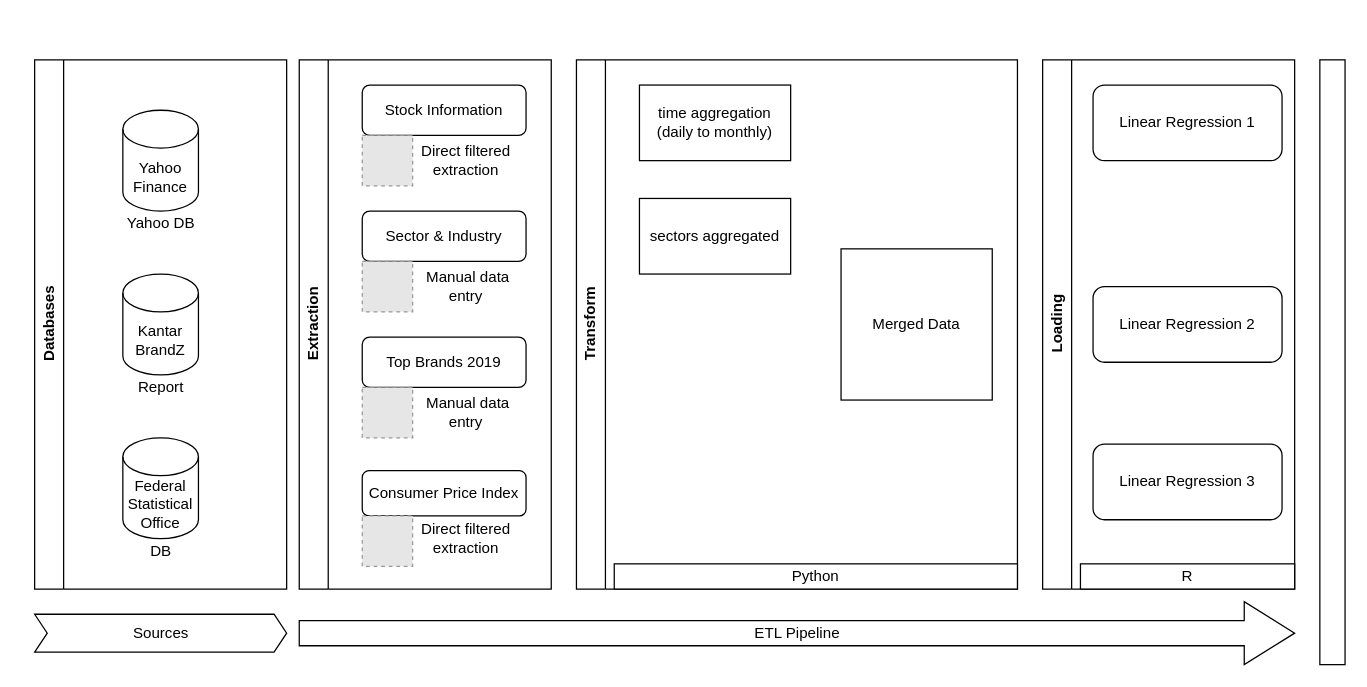
The draw.io diagram Untitled Diagram.drawio in johannaschulz/EconometricAnalysis-BrandCrisisModeration-DAX30, before the edit. Source tidied: cells renumbered, new cells numbered last; positions are measured from the earlier drawing's top-left corner, leaving out a move shared by most shapes. Both pictures are drawn from the tidied source at 126%, with x=0, y=0 at pixel (34, 59). Pictures stored in the file or linked from it are replaced by grey dashed boxes.
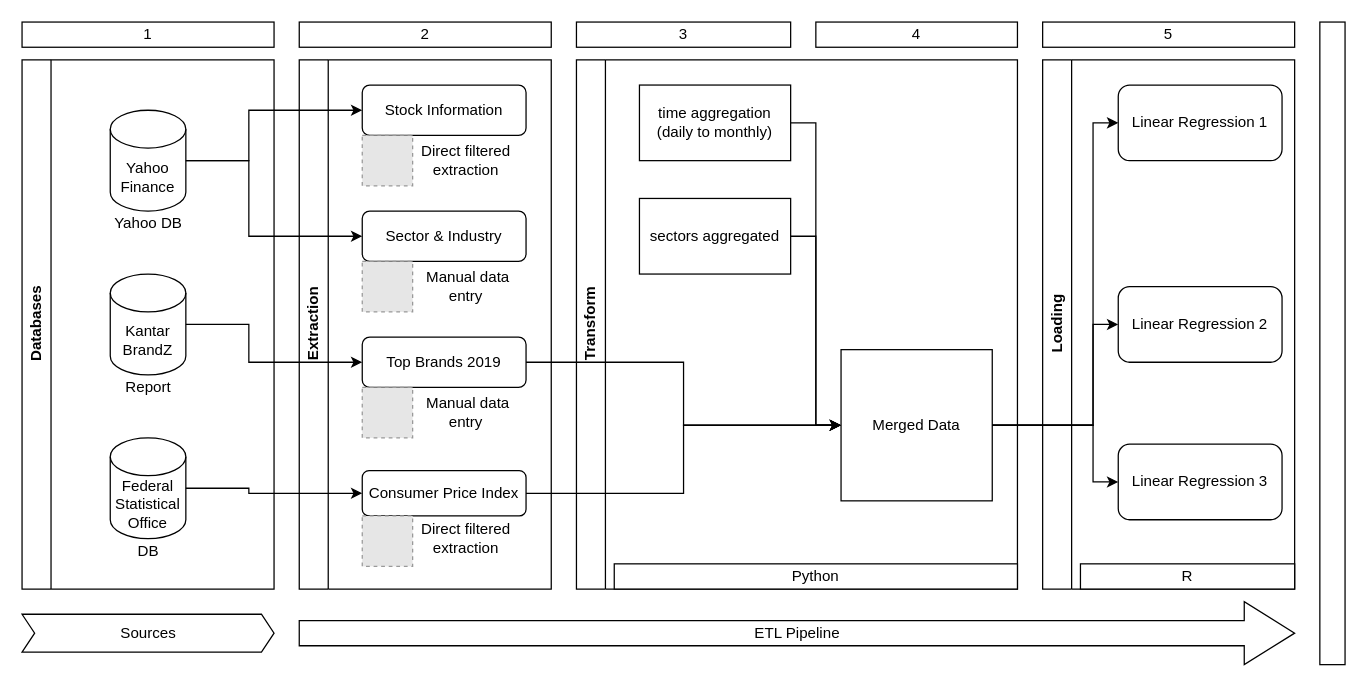
After the change.

Unchanged cells that the change refers to:
```xml
<mxCell id="3" value="Yahoo Finance" style="shape=cylinder3;whiteSpace=wrap;html=1;boundedLbl=1;backgroundOutline=1;size=15;" parent="2" vertex="1">
  <mxGeometry x="70" y="40" width="60" height="80" as="geometry" />
</mxCell>
<mxCell id="4" value="Kantar BrandZ" style="shape=cylinder3;whiteSpace=wrap;html=1;boundedLbl=1;backgroundOutline=1;size=15;" parent="2" vertex="1">
  <mxGeometry x="70" y="170" width="60" height="80" as="geometry" />
</mxCell>
<mxCell id="5" value="Federal Statistical Office" style="shape=cylinder3;whiteSpace=wrap;html=1;boundedLbl=1;backgroundOutline=1;size=15;" parent="2" vertex="1">
  <mxGeometry x="70" y="300" width="60" height="80" as="geometry" />
</mxCell>
<mxCell id="10" value="Stock Information" style="rounded=1;whiteSpace=wrap;html=1;" parent="9" vertex="1">
  <mxGeometry x="50" y="20" width="130" height="40" as="geometry" />
</mxCell>
<mxCell id="11" value="Sector &amp;amp; Industry" style="rounded=1;whiteSpace=wrap;html=1;" parent="9" vertex="1">
  <mxGeometry x="50" y="120" width="130" height="40" as="geometry" />
</mxCell>
<mxCell id="12" value="Top Brands 2019" style="rounded=1;whiteSpace=wrap;html=1;" parent="9" vertex="1">
  <mxGeometry x="50" y="220" width="130" height="40" as="geometry" />
</mxCell>
<mxCell id="13" value="Consumer Price Index" style="rounded=1;whiteSpace=wrap;html=1;" parent="9" vertex="1">
  <mxGeometry x="50" y="326" width="130" height="36" as="geometry" />
</mxCell>
<mxCell id="22" value="Transform" style="swimlane;horizontal=0;whiteSpace=wrap;html=1;" parent="1" vertex="1">
  <mxGeometry x="430" width="350" height="420" as="geometry" />
</mxCell>
<mxCell id="23" value="time aggregation (daily to monthly)" style="rounded=0;whiteSpace=wrap;html=1;" parent="22" vertex="1">
  <mxGeometry x="50" y="20" width="120" height="60" as="geometry" />
</mxCell>
<mxCell id="24" value="sectors aggregated" style="rounded=0;whiteSpace=wrap;html=1;" parent="22" vertex="1">
  <mxGeometry x="50" y="110" width="120" height="60" as="geometry" />
</mxCell>
<mxCell id="27" value="Loading" style="swimlane;horizontal=0;whiteSpace=wrap;html=1;" parent="1" vertex="1">
  <mxGeometry x="800" width="200" height="420" as="geometry" />
</mxCell>
```

The edit, as a diff of the source:
```diff
@@
     <mxCell id="2" value="Databases" style="swimlane;horizontal=0;whiteSpace=wrap;html=1;" parent="1" vertex="1">
-      <mxGeometry width="200" height="420" as="geometry" />
+      <mxGeometry x="-10" width="200" height="420" as="geometry" />
     </mxCell>
@@
+    <mxCell id="35" style="edgeStyle=orthogonalEdgeStyle;rounded=0;jettySize=auto;html=1;exitX=1;exitY=0.5;exitDx=0;exitDy=0;entryX=0;entryY=0.5;entryDx=0;entryDy=0;" parent="22" edge="1" source="23" target="25">
+      <mxGeometry relative="1" as="geometry">
+        <Array as="points">
+          <mxPoint x="190" y="50" />
+          <mxPoint x="190" y="290" />
+        </Array>
+      </mxGeometry>
+    </mxCell>
@@
+    <mxCell id="36" style="edgeStyle=orthogonalEdgeStyle;rounded=0;jettySize=auto;html=1;exitX=1;exitY=0.5;exitDx=0;exitDy=0;entryX=0;entryY=0.5;entryDx=0;entryDy=0;" parent="22" edge="1" source="24" target="25">
+      <mxGeometry relative="1" as="geometry" />
+    </mxCell>
@@
     <mxCell id="25" value="Merged Data" style="rounded=0;whiteSpace=wrap;html=1;" parent="22" vertex="1">
-      <mxGeometry x="210" y="150" width="120" height="120" as="geometry" />
+      <mxGeometry x="210" y="230" width="120" height="120" as="geometry" />
     </mxCell>
@@
     <mxCell id="29" value="Linear Regression 1" style="rounded=1;whiteSpace=wrap;html=1;" parent="27" vertex="1">
-      <mxGeometry x="40" y="20" width="150" height="60" as="geometry" />
+      <mxGeometry x="60" y="20" width="130" height="60" as="geometry" />
     </mxCell>
     <mxCell id="30" value="Linear Regression 2" style="rounded=1;whiteSpace=wrap;html=1;" parent="27" vertex="1">
-      <mxGeometry x="40" y="180" width="150" height="60" as="geometry" />
+      <mxGeometry x="60" y="180" width="130" height="60" as="geometry" />
     </mxCell>
     <mxCell id="31" value="Linear Regression 3" style="rounded=1;whiteSpace=wrap;html=1;" parent="27" vertex="1">
-      <mxGeometry x="40" y="305" width="150" height="60" as="geometry" />
+      <mxGeometry x="60" y="305" width="130" height="60" as="geometry" />
     </mxCell>
@@
     <mxCell id="33" value="Sources" style="html=1;shadow=0;dashed=0;align=center;verticalAlign=middle;shape=mxgraph.arrows2.arrow;dy=0;dx=10;notch=10;" parent="1" vertex="1">
-      <mxGeometry y="440" width="200" height="30" as="geometry" />
+      <mxGeometry x="-10" y="440" width="200" height="30" as="geometry" />
     </mxCell>
     <mxCell id="34" style="rounded=0;whiteSpace=wrap;html=1;" parent="1" vertex="1">
-      <mxGeometry x="1020" width="20" height="480" as="geometry" />
+      <mxGeometry x="1020" y="-30" width="20" height="510" as="geometry" />
     </mxCell>
+    <mxCell id="37" value="1" style="rounded=0;whiteSpace=wrap;html=1;" parent="1" vertex="1">
+      <mxGeometry x="-10" y="-30" width="200" height="20" as="geometry" />
+    </mxCell>
+    <mxCell id="38" value="2" style="rounded=0;whiteSpace=wrap;html=1;" parent="1" vertex="1">
+      <mxGeometry x="210" y="-30" width="200" height="20" as="geometry" />
+    </mxCell>
+    <mxCell id="39" value="3" style="rounded=0;whiteSpace=wrap;html=1;" parent="1" vertex="1">
+      <mxGeometry x="430" y="-30" width="170" height="20" as="geometry" />
+    </mxCell>
+    <mxCell id="40" value="5" style="rounded=0;whiteSpace=wrap;html=1;" parent="1" vertex="1">
+      <mxGeometry x="800" y="-30" width="200" height="20" as="geometry" />
+    </mxCell>
+    <mxCell id="41" value="4" style="rounded=0;whiteSpace=wrap;html=1;" parent="1" vertex="1">
+      <mxGeometry x="620" y="-30" width="160" height="20" as="geometry" />
+    </mxCell>
+    <mxCell id="42" style="edgeStyle=orthogonalEdgeStyle;rounded=0;jettySize=auto;html=1;exitX=1;exitY=0.5;exitDx=0;exitDy=0;exitPerimeter=0;entryX=0;entryY=0.5;entryDx=0;entryDy=0;" parent="1" edge="1" source="3" target="10">
+      <mxGeometry relative="1" as="geometry">
+        <Array as="points">
+          <mxPoint x="170" y="80" />
+          <mxPoint x="170" y="40" />
+        </Array>
+      </mxGeometry>
+    </mxCell>
+    <mxCell id="43" style="edgeStyle=orthogonalEdgeStyle;rounded=0;jettySize=auto;html=1;exitX=1;exitY=0.5;exitDx=0;exitDy=0;exitPerimeter=0;entryX=0;entryY=0.5;entryDx=0;entryDy=0;" parent="1" edge="1" source="3" target="11">
+      <mxGeometry relative="1" as="geometry">
+        <Array as="points">
+          <mxPoint x="170" y="80" />
+          <mxPoint x="170" y="140" />
+        </Array>
+      </mxGeometry>
+    </mxCell>
+    <mxCell id="44" style="edgeStyle=orthogonalEdgeStyle;rounded=0;jettySize=auto;html=1;exitX=1;exitY=0.5;exitDx=0;exitDy=0;exitPerimeter=0;entryX=0;entryY=0.5;entryDx=0;entryDy=0;" parent="1" edge="1" source="4" target="12">
+      <mxGeometry relative="1" as="geometry">
+        <Array as="points">
+          <mxPoint x="170" y="210" />
+          <mxPoint x="170" y="240" />
+        </Array>
+      </mxGeometry>
+    </mxCell>
+    <mxCell id="45" style="edgeStyle=orthogonalEdgeStyle;rounded=0;jettySize=auto;html=1;exitX=1;exitY=0.5;exitDx=0;exitDy=0;exitPerimeter=0;entryX=0;entryY=0.5;entryDx=0;entryDy=0;" parent="1" edge="1" source="5" target="13">
+      <mxGeometry relative="1" as="geometry">
+        <Array as="points">
+          <mxPoint x="170" y="340" />
+          <mxPoint x="170" y="344" />
+        </Array>
+      </mxGeometry>
+    </mxCell>
+    <mxCell id="46" style="edgeStyle=orthogonalEdgeStyle;rounded=0;jettySize=auto;html=1;exitX=1;exitY=0.5;exitDx=0;exitDy=0;" parent="1" edge="1" source="12" target="25">
+      <mxGeometry relative="1" as="geometry" />
+    </mxCell>
+    <mxCell id="47" style="edgeStyle=orthogonalEdgeStyle;rounded=0;jettySize=auto;html=1;exitX=1;exitY=0.5;exitDx=0;exitDy=0;entryX=0;entryY=0.5;entryDx=0;entryDy=0;" parent="1" edge="1" source="13" target="25">
+      <mxGeometry relative="1" as="geometry" />
+    </mxCell>
+    <mxCell id="48" style="edgeStyle=orthogonalEdgeStyle;rounded=0;jettySize=auto;html=1;exitX=1;exitY=0.5;exitDx=0;exitDy=0;entryX=0;entryY=0.5;entryDx=0;entryDy=0;" parent="1" edge="1" source="25" target="29">
+      <mxGeometry relative="1" as="geometry">
+        <Array as="points">
+          <mxPoint x="840" y="290" />
+          <mxPoint x="840" y="50" />
+        </Array>
+      </mxGeometry>
+    </mxCell>
+    <mxCell id="49" style="edgeStyle=orthogonalEdgeStyle;rounded=0;jettySize=auto;html=1;exitX=1;exitY=0.5;exitDx=0;exitDy=0;entryX=0;entryY=0.5;entryDx=0;entryDy=0;" parent="1" edge="1" source="25" target="31">
+      <mxGeometry relative="1" as="geometry">
+        <Array as="points">
+          <mxPoint x="840" y="290" />
+          <mxPoint x="840" y="335" />
+        </Array>
+      </mxGeometry>
+    </mxCell>
+    <mxCell id="50" style="edgeStyle=orthogonalEdgeStyle;rounded=0;jettySize=auto;html=1;exitX=1;exitY=0.5;exitDx=0;exitDy=0;entryX=0;entryY=0.5;entryDx=0;entryDy=0;" parent="1" edge="1" source="25" target="30">
+      <mxGeometry relative="1" as="geometry">
+        <Array as="points">
+          <mxPoint x="840" y="290" />
+          <mxPoint x="840" y="210" />
+        </Array>
+      </mxGeometry>
+    </mxCell>
```
